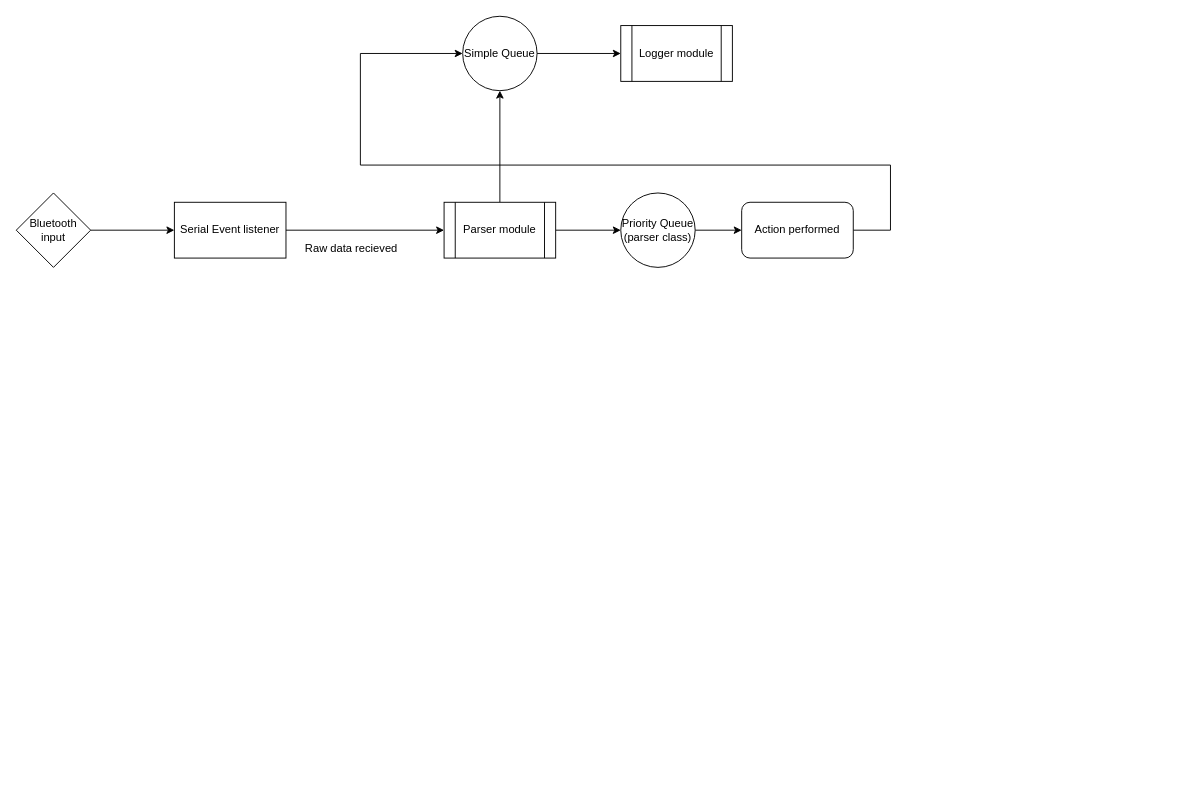
arjun1299/PancreasGUI keeps this draw.io diagram as Untitled Diagram.drawio. Above is the earlier version. Source tidied: cells renumbered, new cells numbered last; positions are measured from the earlier drawing's top-left corner, leaving out a move shared by most shapes. Both pictures are drawn from the tidied source at 93%, with x=0, y=0 at pixel (16, 16).
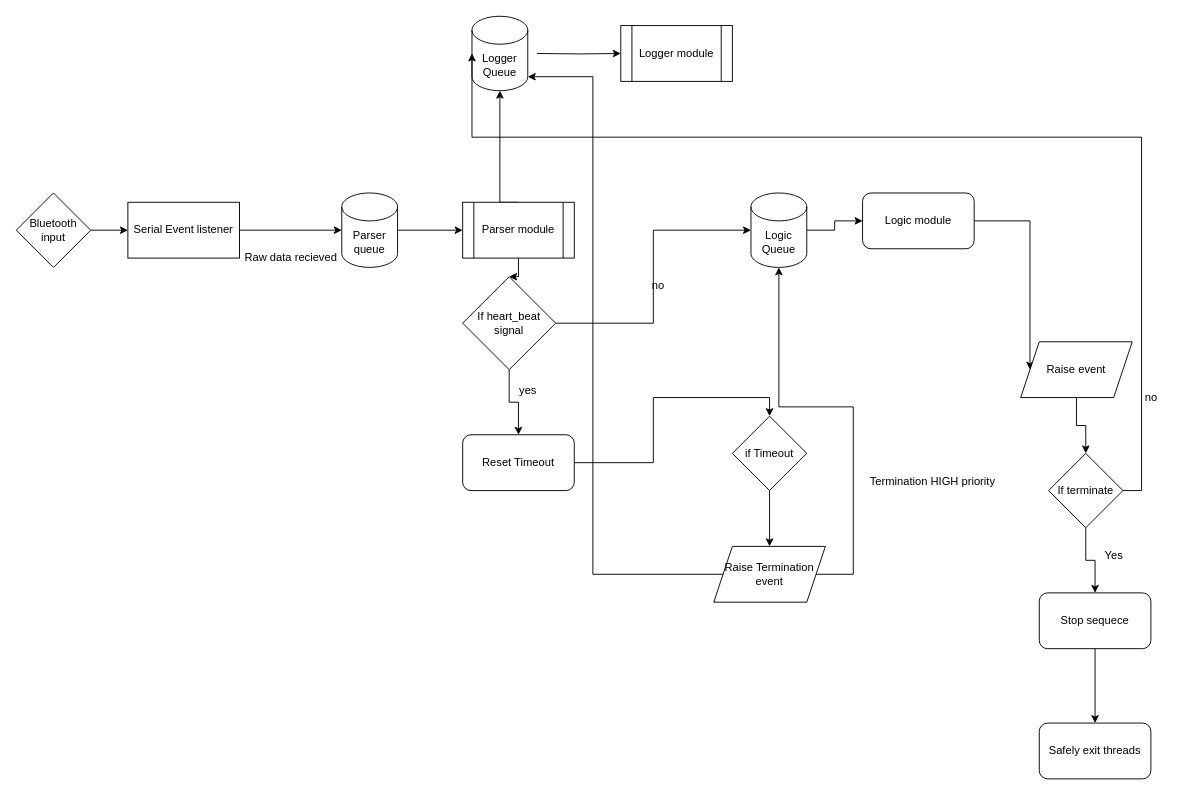
The same page after the edit.

Unchanged cells that the change refers to:
```xml
<mxCell id="2" value="Logger module" style="shape=process;whiteSpace=wrap;html=1;backgroundOutline=1;" parent="1" vertex="1">
  <mxGeometry x="650" y="10" width="120" height="60" as="geometry" />
</mxCell>
```

Diff of the diagram source:
```diff
@@
-    <mxCell id="3" style="edgeStyle=orthogonalEdgeStyle;rounded=0;jettySize=auto;html=1;exitX=1;exitY=0.5;exitDx=0;exitDy=0;" parent="1" edge="1" source="5" target="7">
-      <mxGeometry relative="1" as="geometry" />
-    </mxCell>
-    <mxCell id="4" style="edgeStyle=orthogonalEdgeStyle;rounded=0;jettySize=auto;html=1;exitX=0.5;exitY=0;exitDx=0;exitDy=0;entryX=0.5;entryY=1;entryDx=0;entryDy=0;" parent="1" edge="1" source="5" target="9">
-      <mxGeometry relative="1" as="geometry" />
+    <mxCell id="4" style="edgeStyle=orthogonalEdgeStyle;rounded=0;jettySize=auto;html=1;exitX=0.5;exitY=0;exitDx=0;exitDy=0;entryX=0.5;entryY=1;entryDx=0;entryDy=0;entryPerimeter=0;" parent="1" edge="1" source="5" target="20">
+      <mxGeometry relative="1" as="geometry">
+        <Array as="points">
+          <mxPoint x="520" y="200" />
+        </Array>
+      </mxGeometry>
     </mxCell>
+    <mxCell id="17" style="edgeStyle=orthogonalEdgeStyle;rounded=0;jettySize=auto;html=1;" parent="1" edge="1" source="5" target="31">
+      <mxGeometry relative="1" as="geometry" />
+    </mxCell>
     <mxCell id="5" value="Parser module" style="shape=process;whiteSpace=wrap;html=1;backgroundOutline=1;" parent="1" vertex="1">
-      <mxGeometry x="460" y="200" width="120" height="60" as="geometry" />
+      <mxGeometry x="480" y="200" width="120" height="60" as="geometry" />
     </mxCell>
-    <mxCell id="6" style="edgeStyle=orthogonalEdgeStyle;rounded=0;jettySize=auto;html=1;exitX=1;exitY=0.5;exitDx=0;exitDy=0;" parent="1" edge="1" source="7" target="15">
-      <mxGeometry relative="1" as="geometry" />
-    </mxCell>
-    <mxCell id="7" value="&lt;div&gt;Priority Queue&lt;/div&gt;&lt;div&gt;(parser class)&lt;br&gt;&lt;/div&gt;" style="ellipse;whiteSpace=wrap;html=1;" parent="1" vertex="1">
-      <mxGeometry x="650" y="190" width="80" height="80" as="geometry" />
-    </mxCell>
-    <mxCell id="8" style="edgeStyle=orthogonalEdgeStyle;rounded=0;jettySize=auto;html=1;exitX=1;exitY=0.5;exitDx=0;exitDy=0;" parent="1" edge="1" source="9" target="2">
-      <mxGeometry relative="1" as="geometry" />
+    <mxCell id="8" style="edgeStyle=orthogonalEdgeStyle;rounded=0;jettySize=auto;html=1;exitX=1;exitY=0.5;exitDx=0;exitDy=0;" parent="1" edge="1" target="2">
+      <mxGeometry relative="1" as="geometry">
+        <mxPoint x="560" y="40" as="sourcePoint" />
+      </mxGeometry>
     </mxCell>
-    <mxCell id="9" value="Simple Queue" style="ellipse;whiteSpace=wrap;html=1;" parent="1" vertex="1">
-      <mxGeometry x="480" width="80" height="80" as="geometry" />
-    </mxCell>
@@
-    <mxCell id="12" style="edgeStyle=orthogonalEdgeStyle;rounded=0;jettySize=auto;html=1;exitX=1;exitY=0.5;exitDx=0;exitDy=0;entryX=0;entryY=0.5;entryDx=0;entryDy=0;" parent="1" edge="1" source="13" target="5">
-      <mxGeometry relative="1" as="geometry" />
+    <mxCell id="12" style="edgeStyle=orthogonalEdgeStyle;rounded=0;jettySize=auto;html=1;exitX=1;exitY=0.5;exitDx=0;exitDy=0;entryX=0;entryY=0.5;entryDx=0;entryDy=0;entryPerimeter=0;" parent="1" edge="1" source="13" target="19">
+      <mxGeometry relative="1" as="geometry">
+        <Array as="points">
+          <mxPoint x="340" y="230" />
+          <mxPoint x="340" y="230" />
+        </Array>
+      </mxGeometry>
     </mxCell>
     <mxCell id="13" value="Serial Event listener" style="rounded=0;whiteSpace=wrap;html=1;" parent="1" vertex="1">
-      <mxGeometry x="170" y="200" width="120" height="60" as="geometry" />
+      <mxGeometry x="120" y="200" width="120" height="60" as="geometry" />
     </mxCell>
-    <mxCell id="14" style="edgeStyle=orthogonalEdgeStyle;rounded=0;jettySize=auto;html=1;exitX=1;exitY=0.5;exitDx=0;exitDy=0;entryX=0;entryY=0.5;entryDx=0;entryDy=0;" parent="1" edge="1" source="15" target="9">
-      <mxGeometry relative="1" as="geometry">
-        <Array as="points">
-          <mxPoint x="940" y="230" />
-          <mxPoint x="940" y="160" />
-          <mxPoint x="370" y="160" />
-          <mxPoint x="370" y="40" />
-        </Array>
-      </mxGeometry>
-    </mxCell>
-    <mxCell id="15" value="Action performed" style="rounded=1;whiteSpace=wrap;html=1;" parent="1" vertex="1">
-      <mxGeometry x="780" y="200" width="120" height="60" as="geometry" />
-    </mxCell>
     <mxCell id="16" value="Raw data recieved" style="text;html=1;align=center;verticalAlign=middle;" parent="1" vertex="1">
-      <mxGeometry x="305" y="240" width="110" height="20" as="geometry" />
+      <mxGeometry x="240" y="250" width="110" height="20" as="geometry" />
     </mxCell>
+    <mxCell id="18" style="edgeStyle=orthogonalEdgeStyle;rounded=0;jettySize=auto;html=1;exitX=1;exitY=0.5;exitDx=0;exitDy=0;exitPerimeter=0;entryX=0;entryY=0.5;entryDx=0;entryDy=0;" parent="1" edge="1" source="19" target="5">
+      <mxGeometry relative="1" as="geometry" />
+    </mxCell>
+    <mxCell id="19" value="Parser queue" style="shape=cylinder3;whiteSpace=wrap;html=1;boundedLbl=1;backgroundOutline=1;size=15;" parent="1" vertex="1">
+      <mxGeometry x="350" y="190" width="60" height="80" as="geometry" />
+    </mxCell>
+    <mxCell id="20" value="Logger Queue" style="shape=cylinder3;whiteSpace=wrap;html=1;boundedLbl=1;backgroundOutline=1;size=15;" parent="1" vertex="1">
+      <mxGeometry x="490" width="60" height="80" as="geometry" />
+    </mxCell>
+    <mxCell id="21" style="edgeStyle=orthogonalEdgeStyle;rounded=0;jettySize=auto;html=1;exitX=1;exitY=0.5;exitDx=0;exitDy=0;exitPerimeter=0;entryX=0;entryY=0.5;entryDx=0;entryDy=0;" parent="1" edge="1" source="22" target="24">
+      <mxGeometry relative="1" as="geometry" />
+    </mxCell>
+    <mxCell id="22" value="Logic Queue" style="shape=cylinder3;whiteSpace=wrap;html=1;boundedLbl=1;backgroundOutline=1;size=15;" parent="1" vertex="1">
+      <mxGeometry x="790" y="190" width="60" height="80" as="geometry" />
+    </mxCell>
+    <mxCell id="23" style="edgeStyle=orthogonalEdgeStyle;rounded=0;jettySize=auto;html=1;exitX=1;exitY=0.5;exitDx=0;exitDy=0;entryX=0;entryY=0.5;entryDx=0;entryDy=0;" parent="1" edge="1" source="24" target="26">
+      <mxGeometry relative="1" as="geometry" />
+    </mxCell>
+    <mxCell id="24" value="Logic module" style="rounded=1;whiteSpace=wrap;html=1;" parent="1" vertex="1">
+      <mxGeometry x="910" y="190" width="120" height="60" as="geometry" />
+    </mxCell>
+    <mxCell id="25" style="edgeStyle=orthogonalEdgeStyle;rounded=0;jettySize=auto;html=1;" parent="1" edge="1" source="26" target="42">
+      <mxGeometry relative="1" as="geometry" />
+    </mxCell>
+    <mxCell id="26" value="Raise event" style="shape=parallelogram;perimeter=parallelogramPerimeter;whiteSpace=wrap;html=1;fixedSize=1;" parent="1" vertex="1">
+      <mxGeometry x="1080" y="350" width="120" height="60" as="geometry" />
+    </mxCell>
+    <mxCell id="27" style="edgeStyle=orthogonalEdgeStyle;rounded=0;jettySize=auto;html=1;exitX=1;exitY=0.5;exitDx=0;exitDy=0;entryX=0.5;entryY=0;entryDx=0;entryDy=0;" parent="1" edge="1" source="28" target="35">
+      <mxGeometry relative="1" as="geometry" />
+    </mxCell>
+    <mxCell id="28" value="Reset Timeout" style="rounded=1;whiteSpace=wrap;html=1;" parent="1" vertex="1">
+      <mxGeometry x="480" y="450" width="120" height="60" as="geometry" />
+    </mxCell>
+    <mxCell id="29" style="edgeStyle=orthogonalEdgeStyle;rounded=0;jettySize=auto;html=1;" parent="1" edge="1" source="31" target="28">
+      <mxGeometry relative="1" as="geometry" />
+    </mxCell>
+    <mxCell id="30" style="edgeStyle=orthogonalEdgeStyle;rounded=0;jettySize=auto;html=1;exitX=1;exitY=0.5;exitDx=0;exitDy=0;entryX=0;entryY=0.5;entryDx=0;entryDy=0;entryPerimeter=0;" parent="1" edge="1" source="31" target="22">
+      <mxGeometry relative="1" as="geometry" />
+    </mxCell>
+    <mxCell id="31" value="If heart_beat signal" style="rhombus;whiteSpace=wrap;html=1;" parent="1" vertex="1">
+      <mxGeometry x="480" y="280" width="100" height="100" as="geometry" />
+    </mxCell>
+    <mxCell id="32" value="&lt;div&gt;yes&lt;/div&gt;&lt;div&gt;&lt;br&gt;&lt;/div&gt;" style="text;html=1;align=center;verticalAlign=middle;" parent="1" vertex="1">
+      <mxGeometry x="535" y="395" width="30" height="30" as="geometry" />
+    </mxCell>
+    <mxCell id="33" value="no" style="text;html=1;align=center;verticalAlign=middle;" parent="1" vertex="1">
+      <mxGeometry x="675" y="280" width="30" height="20" as="geometry" />
+    </mxCell>
+    <mxCell id="34" style="edgeStyle=orthogonalEdgeStyle;rounded=0;jettySize=auto;html=1;" parent="1" edge="1" source="35" target="38">
+      <mxGeometry relative="1" as="geometry" />
+    </mxCell>
+    <mxCell id="35" value="if Timeout" style="rhombus;whiteSpace=wrap;html=1;" parent="1" vertex="1">
+      <mxGeometry x="770" y="430" width="80" height="80" as="geometry" />
+    </mxCell>
+    <mxCell id="36" style="edgeStyle=orthogonalEdgeStyle;rounded=0;jettySize=auto;html=1;exitX=0;exitY=0.5;exitDx=0;exitDy=0;entryX=0.5;entryY=1;entryDx=0;entryDy=0;entryPerimeter=0;" parent="1" edge="1" source="38" target="22">
+      <mxGeometry relative="1" as="geometry">
+        <Array as="points">
+          <mxPoint x="900" y="600" />
+          <mxPoint x="900" y="420" />
+          <mxPoint x="820" y="420" />
+        </Array>
+      </mxGeometry>
+    </mxCell>
+    <mxCell id="37" style="edgeStyle=orthogonalEdgeStyle;rounded=0;jettySize=auto;html=1;exitX=0;exitY=0.5;exitDx=0;exitDy=0;entryX=1;entryY=1;entryDx=0;entryDy=-15;entryPerimeter=0;" parent="1" edge="1" source="38" target="20">
+      <mxGeometry relative="1" as="geometry">
+        <Array as="points">
+          <mxPoint x="620" y="600" />
+          <mxPoint x="620" y="65" />
+        </Array>
+      </mxGeometry>
+    </mxCell>
+    <mxCell id="38" value="Raise Termination event" style="shape=parallelogram;perimeter=parallelogramPerimeter;whiteSpace=wrap;html=1;fixedSize=1;" parent="1" vertex="1">
+      <mxGeometry x="750" y="570" width="120" height="60" as="geometry" />
+    </mxCell>
+    <mxCell id="39" value="Termination HIGH priority" style="text;html=1;align=center;verticalAlign=middle;" parent="1" vertex="1">
+      <mxGeometry x="910" y="490" width="150" height="20" as="geometry" />
+    </mxCell>
+    <mxCell id="40" style="edgeStyle=orthogonalEdgeStyle;rounded=0;jettySize=auto;html=1;" parent="1" edge="1" source="42" target="44">
+      <mxGeometry relative="1" as="geometry" />
+    </mxCell>
+    <mxCell id="41" style="edgeStyle=orthogonalEdgeStyle;rounded=0;jettySize=auto;html=1;exitX=1;exitY=0.5;exitDx=0;exitDy=0;entryX=0;entryY=0.5;entryDx=0;entryDy=0;entryPerimeter=0;" parent="1" edge="1" source="42" target="20">
+      <mxGeometry relative="1" as="geometry">
+        <Array as="points">
+          <mxPoint x="1210" y="510" />
+          <mxPoint x="1210" y="130" />
+          <mxPoint x="490" y="130" />
+        </Array>
+      </mxGeometry>
+    </mxCell>
+    <mxCell id="42" value="If terminate" style="rhombus;whiteSpace=wrap;html=1;" parent="1" vertex="1">
+      <mxGeometry x="1110" y="470" width="80" height="80" as="geometry" />
+    </mxCell>
+    <mxCell id="43" style="edgeStyle=orthogonalEdgeStyle;rounded=0;jettySize=auto;html=1;" parent="1" edge="1" source="44" target="47">
+      <mxGeometry relative="1" as="geometry" />
+    </mxCell>
+    <mxCell id="44" value="Stop sequece" style="rounded=1;whiteSpace=wrap;html=1;" parent="1" vertex="1">
+      <mxGeometry x="1100" y="620" width="120" height="60" as="geometry" />
+    </mxCell>
+    <mxCell id="45" value="no" style="text;html=1;align=center;verticalAlign=middle;" parent="1" vertex="1">
+      <mxGeometry x="1205" y="400" width="30" height="20" as="geometry" />
+    </mxCell>
+    <mxCell id="46" value="Yes" style="text;html=1;align=center;verticalAlign=middle;" parent="1" vertex="1">
+      <mxGeometry x="1160" y="570" width="40" height="20" as="geometry" />
+    </mxCell>
+    <mxCell id="47" value="Safely exit threads" style="rounded=1;whiteSpace=wrap;html=1;" parent="1" vertex="1">
+      <mxGeometry x="1100" y="760" width="120" height="60" as="geometry" />
+    </mxCell>
```
